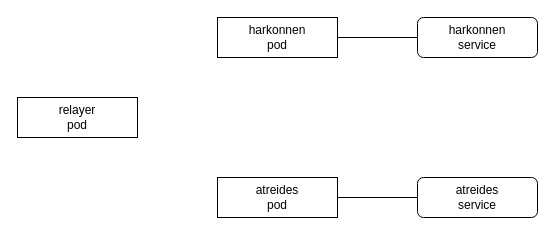
classic-terra/terra-operator keeps this draw.io diagram as docs/architecture.drawio. Above is the earlier version. Source tidied: cells renumbered, new cells numbered last; positions are measured from the earlier drawing's top-left corner, leaving out a move shared by most shapes. Both pictures are drawn from the tidied source at 100%, with x=0, y=0 at pixel (17, 17).
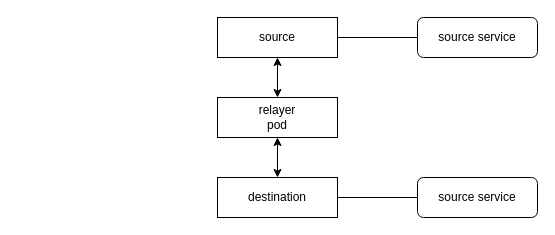
The same page after the edit.

What changed in the source:
```diff
@@
 <mxGraphModel>
   <root>
     <mxCell id="0" />
     <mxCell id="1" parent="0" />
-    <mxCell id="2" value="harkonnen&lt;br&gt;pod" style="rounded=0;whiteSpace=wrap;html=1;" parent="1" vertex="1">
+    <mxCell id="2" value="source" style="rounded=0;whiteSpace=wrap;html=1;" parent="1" vertex="1">
       <mxGeometry x="200" width="120" height="40" as="geometry" />
     </mxCell>
-    <mxCell id="3" value="harkonnen&lt;br&gt;service" style="rounded=1;whiteSpace=wrap;html=1;" parent="1" vertex="1">
+    <mxCell id="3" value="source service" style="rounded=1;whiteSpace=wrap;html=1;" parent="1" vertex="1">
       <mxGeometry x="400" width="120" height="40" as="geometry" />
     </mxCell>
     <mxCell id="4" style="endArrow=none;html=1;rounded=0;exitX=1;exitY=0.5;exitDx=0;exitDy=0;entryX=0;entryY=0.5;entryDx=0;entryDy=0;" parent="1" edge="1" source="2" target="3">
       <mxGeometry relative="1" as="geometry" />
     </mxCell>
-    <mxCell id="5" value="atreides&lt;br&gt;pod" style="rounded=0;whiteSpace=wrap;html=1;" parent="1" vertex="1">
+    <mxCell id="5" value="destination" style="rounded=0;whiteSpace=wrap;html=1;" parent="1" vertex="1">
       <mxGeometry x="200" y="160" width="120" height="40" as="geometry" />
     </mxCell>
-    <mxCell id="6" value="atreides&lt;br&gt;service" style="rounded=1;whiteSpace=wrap;html=1;" parent="1" vertex="1">
+    <mxCell id="6" value="source service" style="rounded=1;whiteSpace=wrap;html=1;" parent="1" vertex="1">
       <mxGeometry x="400" y="160" width="120" height="40" as="geometry" />
     </mxCell>
     <mxCell id="7" style="endArrow=none;html=1;rounded=0;exitX=1;exitY=0.5;exitDx=0;exitDy=0;entryX=0;entryY=0.5;entryDx=0;entryDy=0;" parent="1" edge="1" source="5" target="6">
       <mxGeometry relative="1" as="geometry" />
     </mxCell>
     <mxCell id="8" value="relayer&lt;br&gt;pod" style="rounded=0;whiteSpace=wrap;html=1;" parent="1" vertex="1">
-      <mxGeometry y="80" width="120" height="40" as="geometry" />
+      <mxGeometry x="200" y="80" width="120" height="40" as="geometry" />
     </mxCell>
+    <mxCell id="9" style="endArrow=classic;startArrow=classic;html=1;rounded=0;entryX=0.5;entryY=1;entryDx=0;entryDy=0;exitX=0.5;exitY=0;exitDx=0;exitDy=0;" parent="1" edge="1" source="8" target="2">
+      <mxGeometry relative="1" as="geometry" />
+    </mxCell>
+    <mxCell id="10" style="endArrow=classic;startArrow=classic;html=1;rounded=0;entryX=0.5;entryY=1;entryDx=0;entryDy=0;exitX=0.5;exitY=0;exitDx=0;exitDy=0;" parent="1" edge="1" source="5" target="8">
+      <mxGeometry relative="1" as="geometry" />
+    </mxCell>
   </root>
 </mxGraphModel>
```
